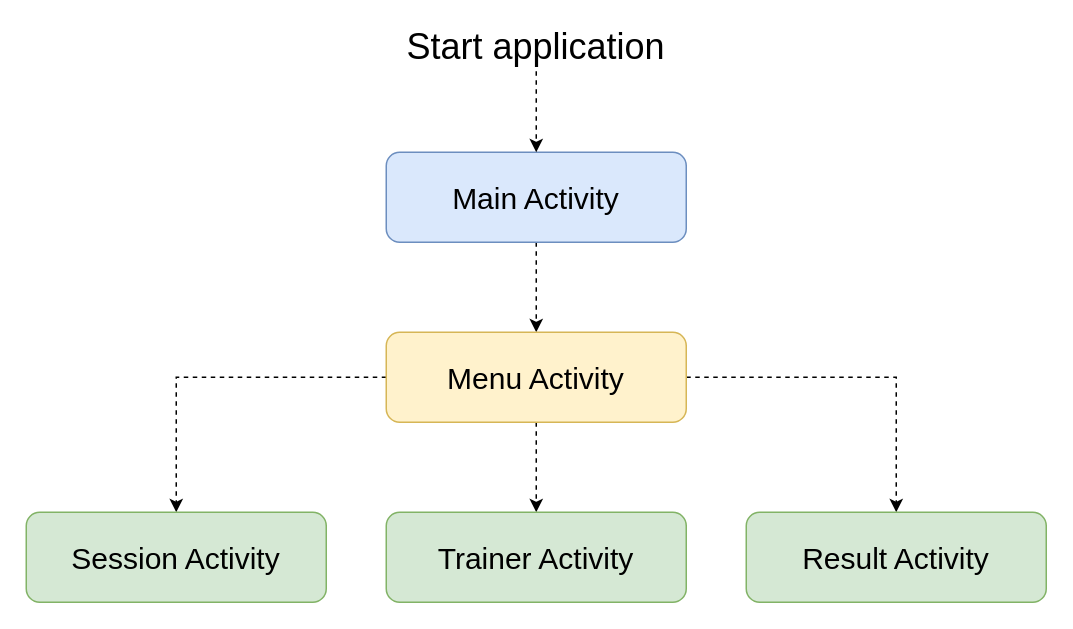
The draw.io diagram Documentation/images/source/Navigation.drawio in CarmeloAparo/TrainingStat, before the edit. Source tidied: cells renumbered, new cells numbered last; positions are measured from the earlier drawing's top-left corner, leaving out a move shared by most shapes. Both pictures are drawn from the tidied source at 150%, with x=0, y=0 at pixel (26, 32).
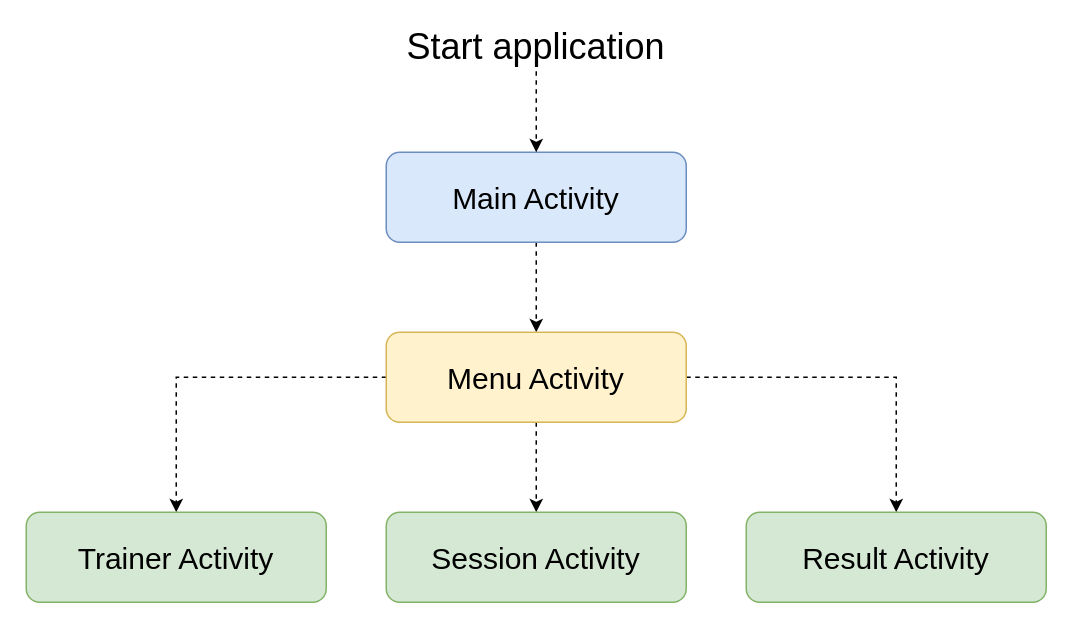
The same diagram, later.

The edit, as a diff of the source:
```diff
@@
 <mxGraphModel>
   <root>
     <mxCell id="0" />
     <mxCell id="1" parent="0" />
     <mxCell id="2" style="edgeStyle=orthogonalEdgeStyle;rounded=0;jettySize=auto;html=1;fontSize=24;dashed=1;" parent="1" edge="1" source="3" target="7">
       <mxGeometry relative="1" as="geometry" />
     </mxCell>
     <mxCell id="3" value="&lt;font style=&quot;font-size: 20px&quot;&gt;Main Activity&lt;/font&gt;" style="rounded=1;whiteSpace=wrap;html=1;fillColor=#dae8fc;strokeColor=#6c8ebf;" parent="1" vertex="1">
       <mxGeometry x="240" y="80" width="200" height="60" as="geometry" />
     </mxCell>
     <mxCell id="4" style="edgeStyle=orthogonalEdgeStyle;rounded=0;jettySize=auto;html=1;dashed=1;fontSize=24;" parent="1" edge="1" source="7" target="8">
       <mxGeometry relative="1" as="geometry" />
     </mxCell>
     <mxCell id="5" style="edgeStyle=orthogonalEdgeStyle;rounded=0;jettySize=auto;html=1;dashed=1;fontSize=24;" parent="1" edge="1" source="7" target="10">
       <mxGeometry relative="1" as="geometry" />
     </mxCell>
     <mxCell id="6" style="edgeStyle=orthogonalEdgeStyle;rounded=0;jettySize=auto;html=1;dashed=1;fontSize=24;" parent="1" edge="1" source="7" target="9">
       <mxGeometry relative="1" as="geometry" />
     </mxCell>
     <mxCell id="7" value="&lt;font style=&quot;font-size: 20px&quot;&gt;Menu Activity&lt;/font&gt;" style="rounded=1;whiteSpace=wrap;html=1;fillColor=#fff2cc;strokeColor=#d6b656;" parent="1" vertex="1">
       <mxGeometry x="240" y="200" width="200" height="60" as="geometry" />
     </mxCell>
-    <mxCell id="8" value="&lt;font style=&quot;font-size: 20px&quot;&gt;Session Activity&lt;/font&gt;" style="rounded=1;whiteSpace=wrap;html=1;fillColor=#d5e8d4;strokeColor=#82b366;" parent="1" vertex="1">
+    <mxCell id="8" value="&lt;font style=&quot;font-size: 20px&quot;&gt;Trainer Activity&lt;/font&gt;" style="rounded=1;whiteSpace=wrap;html=1;fillColor=#d5e8d4;strokeColor=#82b366;" parent="1" vertex="1">
       <mxGeometry y="320" width="200" height="60" as="geometry" />
     </mxCell>
-    <mxCell id="9" value="&lt;font style=&quot;font-size: 20px&quot;&gt;Trainer Activity&lt;/font&gt;" style="rounded=1;whiteSpace=wrap;html=1;fillColor=#d5e8d4;strokeColor=#82b366;" parent="1" vertex="1">
+    <mxCell id="9" value="&lt;font style=&quot;font-size: 20px&quot;&gt;Session Activity&lt;/font&gt;" style="rounded=1;whiteSpace=wrap;html=1;fillColor=#d5e8d4;strokeColor=#82b366;" parent="1" vertex="1">
       <mxGeometry x="240" y="320" width="200" height="60" as="geometry" />
     </mxCell>
     <mxCell id="10" value="&lt;font style=&quot;font-size: 20px&quot;&gt;Result Activity&lt;/font&gt;" style="rounded=1;whiteSpace=wrap;html=1;fillColor=#d5e8d4;strokeColor=#82b366;" parent="1" vertex="1">
       <mxGeometry x="480" y="320" width="200" height="60" as="geometry" />
     </mxCell>
     <mxCell id="11" style="edgeStyle=orthogonalEdgeStyle;rounded=0;jettySize=auto;html=1;fontSize=24;dashed=1;" parent="1" edge="1" source="12" target="3">
       <mxGeometry relative="1" as="geometry" />
     </mxCell>
     <mxCell id="12" value="Start application" style="text;html=1;strokeColor=none;fillColor=none;align=center;verticalAlign=middle;whiteSpace=wrap;rounded=0;fontSize=24;" parent="1" vertex="1">
       <mxGeometry x="235" width="210" height="20" as="geometry" />
     </mxCell>
   </root>
 </mxGraphModel>
```
